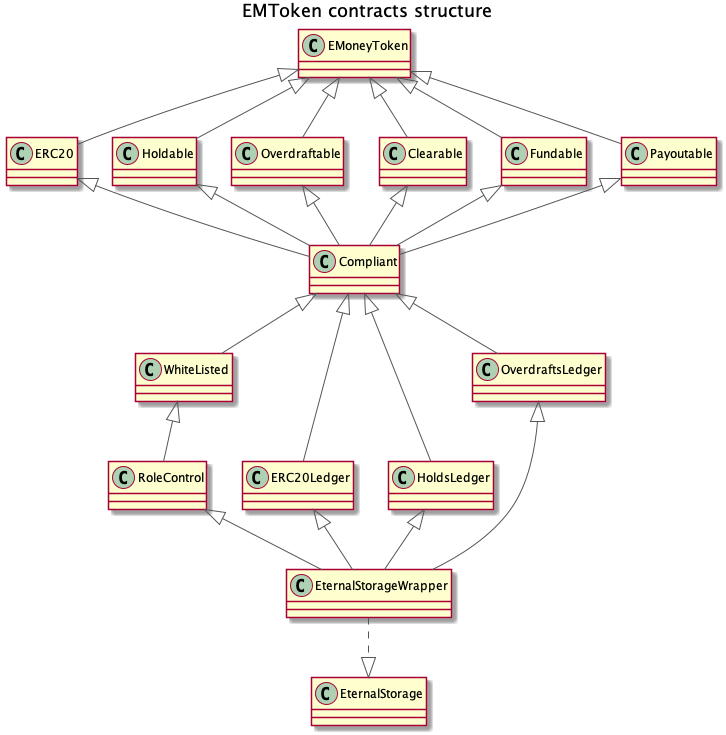
Before: diagrams/contracts_structure.png, a diagram exported from PlantUML (natiboston/EM-Token).
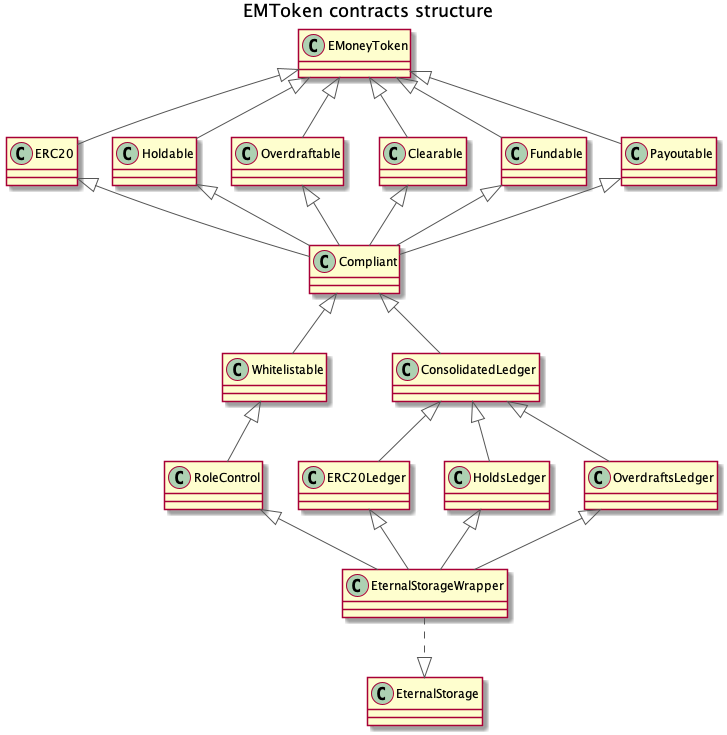
After the commit.

Diff of the diagram source:
```diff
@@ -37,10 +37,13 @@
 class Compliant {
 }
 
-class WhiteListed {
+class Whitelistable {
 }
 
 class RoleControl {
+}
+
+class ConsolidatedLedger {
 }
 
 class ERC20Ledger {
@@ -72,12 +75,15 @@
 Fundable <|-- Compliant
 Payoutable <|-- Compliant
 
-Compliant <|-- WhiteListed
-WhiteListed <|-- RoleControl
+Compliant <|-- Whitelistable
 
-Compliant <|-- ERC20Ledger
-Compliant <|-- HoldsLedger
-Compliant <|-- OverdraftsLedger
+Whitelistable <|-- RoleControl
+
+Compliant <|-- ConsolidatedLedger
+
+ConsolidatedLedger <|-- ERC20Ledger
+ConsolidatedLedger <|-- HoldsLedger
+ConsolidatedLedger <|-- OverdraftsLedger
 
 
 ERC20Ledger <|-- EternalStorageWrapper
```
